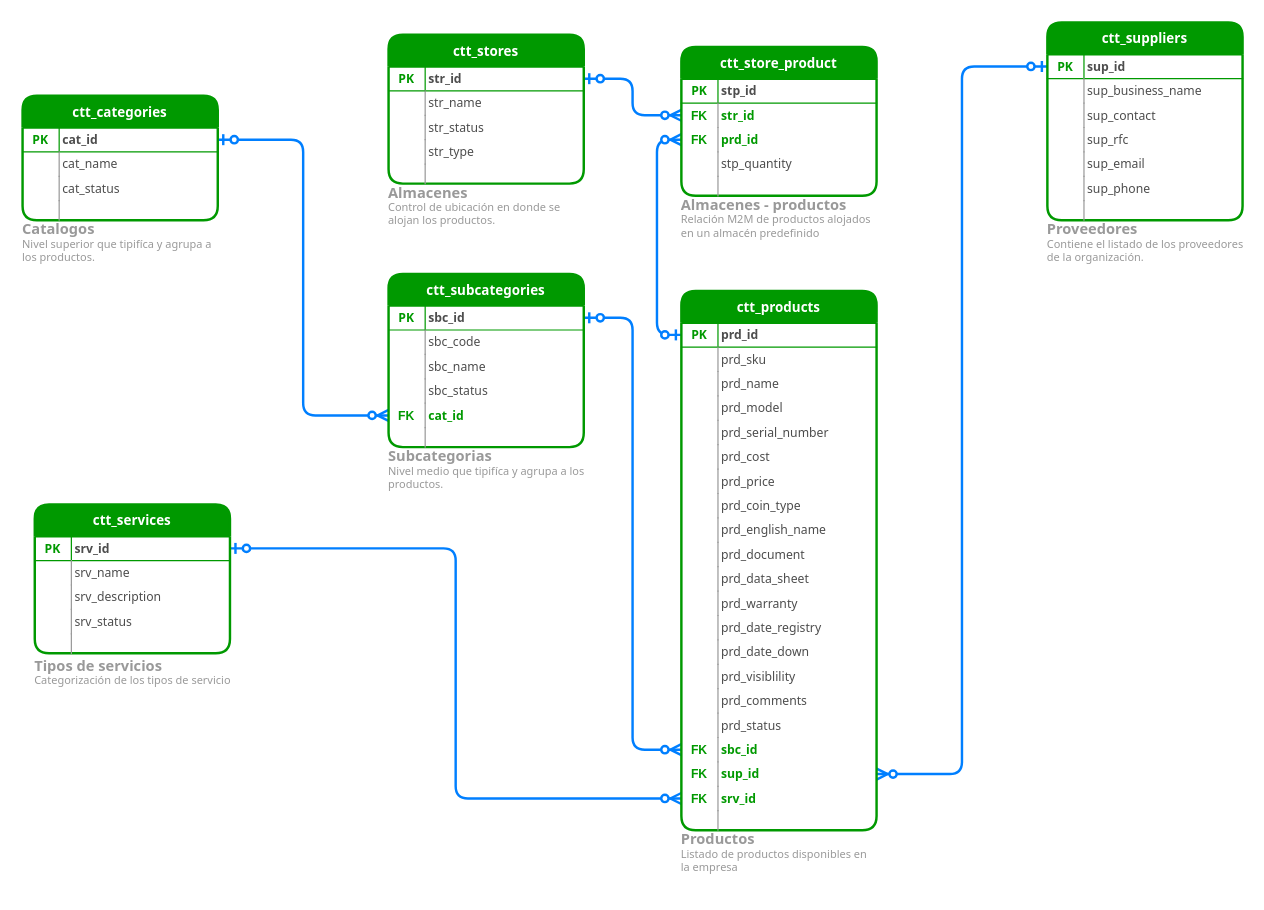
juarezjorr/TesteoCire keeps this draw.io diagram as page "Página-2" (2 of 2) of _desarrollo/archivos_info/CTTRentals entidad relacion.drawio. Above is the earlier version. Source tidied: cells renumbered, new cells numbered last; positions are measured from the earlier drawing's top-left corner, leaving out a move shared by most shapes. Both pictures are drawn from the tidied source at 122%, with x=0, y=0 at pixel (22, 22).
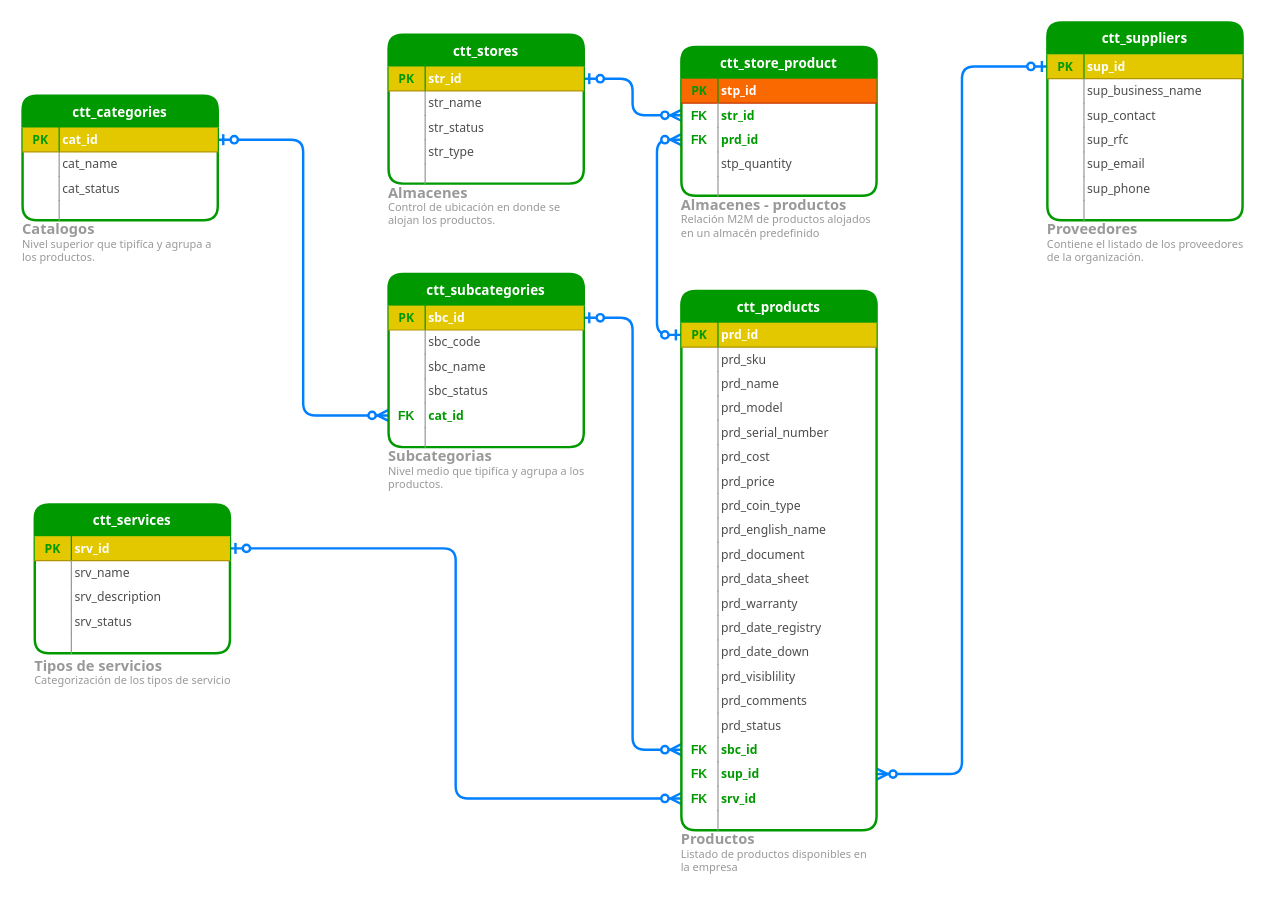
After the change.

Commit message:
Avance Productos

The change refers to these unchanged cells:
```xml
<mxCell id="9" value="ctt_subcategories" style="swimlane;fontStyle=1;horizontal=1;startSize=26;swimlaneFillColor=#ffffff;align=center;fontSize=11;strokeWidth=2;rounded=1;fontColor=#FFFFFF;fontFamily=Tahoma;fillColor=#009900;strokeColor=#009900;" parent="8" vertex="1">
  <mxGeometry width="160" height="142" as="geometry" />
</mxCell>
<mxCell id="24" value="ctt_services" style="swimlane;fontStyle=1;horizontal=1;startSize=26;swimlaneFillColor=#ffffff;align=center;fontSize=11;strokeWidth=2;rounded=1;fontColor=#FFFFFF;fontFamily=Tahoma;fillColor=#009900;strokeColor=#009900;" parent="23" vertex="1">
  <mxGeometry width="160" height="122" as="geometry" />
</mxCell>
<mxCell id="37" value="ctt_categories" style="swimlane;fontStyle=1;horizontal=1;startSize=26;swimlaneFillColor=#ffffff;align=center;fontSize=11;strokeWidth=2;rounded=1;fontColor=#FFFFFF;fontFamily=Tahoma;fillColor=#009900;strokeColor=#009900;" parent="36" vertex="1">
  <mxGeometry width="160" height="102" as="geometry" />
</mxCell>
<mxCell id="48" value="ctt_stores" style="swimlane;fontStyle=1;horizontal=1;startSize=26;swimlaneFillColor=#ffffff;align=center;fontSize=11;strokeWidth=2;rounded=1;fontColor=#FFFFFF;fontFamily=Tahoma;fillColor=#009900;strokeColor=#009900;" parent="47" vertex="1">
  <mxGeometry width="160" height="122" as="geometry" />
</mxCell>
<mxCell id="61" value="ctt_suppliers" style="swimlane;fontStyle=1;horizontal=1;startSize=26;swimlaneFillColor=#ffffff;align=center;fontSize=11;strokeWidth=2;rounded=1;fontColor=#FFFFFF;fontFamily=Tahoma;fillColor=#009900;strokeColor=#009900;" parent="60" vertex="1">
  <mxGeometry width="160" height="162" as="geometry" />
</mxCell>
<mxCell id="78" value="ctt_store_product" style="swimlane;fontStyle=1;horizontal=1;startSize=26;swimlaneFillColor=#ffffff;align=center;fontSize=11;strokeWidth=2;rounded=1;fontColor=#FFFFFF;fontFamily=Tahoma;fillColor=#009900;strokeColor=#009900;" parent="77" vertex="1">
  <mxGeometry width="160" height="122" as="geometry" />
</mxCell>
<mxCell id="91" value="ctt_products" style="swimlane;fontStyle=1;horizontal=1;startSize=26;swimlaneFillColor=#ffffff;align=center;fontSize=11;strokeWidth=2;rounded=1;fontColor=#FFFFFF;fontFamily=Tahoma;fillColor=#009900;strokeColor=#009900;" parent="90" vertex="1">
  <mxGeometry width="160" height="442" as="geometry" />
</mxCell>
```

What changed in the source:
```diff
@@
-    <mxCell id="10" value="sbc_id" style="shape=partialRectangle;top=0;left=0;right=0;bottom=1;align=left;verticalAlign=middle;fillColor=none;spacingLeft=33;spacingRight=0;overflow=hidden;points=[[0,0.5],[1,0.5]];portConstraint=eastwest;fontStyle=1;fontSize=10;fontFamily=Tahoma;strokeColor=#009900;spacing=0;fontColor=#4D4D4D;" parent="9" vertex="1">
+    <mxCell id="10" value="sbc_id" style="shape=partialRectangle;top=0;left=0;right=0;bottom=1;align=left;verticalAlign=middle;fillColor=#e3c800;spacingLeft=33;spacingRight=0;overflow=hidden;points=[[0,0.5],[1,0.5]];portConstraint=eastwest;fontStyle=1;fontSize=10;fontFamily=Tahoma;strokeColor=#B09500;spacing=0;fontColor=#ffffff;" parent="9" vertex="1">
       <mxGeometry y="26" width="160" height="20" as="geometry" />
     </mxCell>
@@
-    <mxCell id="23" style="group;" parent="1" vertex="1">
+    <mxCell id="23" style="group;fontColor=#ffffff;" parent="1" vertex="1">
       <mxGeometry x="10" y="395" width="160" height="169" as="geometry" />
     </mxCell>
@@
-    <mxCell id="25" value="srv_id" style="shape=partialRectangle;top=0;left=0;right=0;bottom=1;align=left;verticalAlign=middle;fillColor=none;spacingLeft=33;spacingRight=0;overflow=hidden;points=[[0,0.5],[1,0.5]];portConstraint=eastwest;fontStyle=1;fontSize=10;fontFamily=Tahoma;strokeColor=#009900;spacing=0;fontColor=#4D4D4D;" parent="24" vertex="1">
+    <mxCell id="25" value="srv_id" style="shape=partialRectangle;top=0;left=0;right=0;bottom=1;align=left;verticalAlign=middle;fillColor=#e3c800;spacingLeft=33;spacingRight=0;overflow=hidden;points=[[0,0.5],[1,0.5]];portConstraint=eastwest;fontStyle=1;fontSize=10;fontFamily=Tahoma;strokeColor=#B09500;spacing=0;fontColor=#ffffff;" parent="24" vertex="1">
       <mxGeometry y="26" width="160" height="20" as="geometry" />
     </mxCell>
@@
-    <mxCell id="38" value="cat_id" style="shape=partialRectangle;top=0;left=0;right=0;bottom=1;align=left;verticalAlign=middle;fillColor=none;spacingLeft=33;spacingRight=0;overflow=hidden;points=[[0,0.5],[1,0.5]];portConstraint=eastwest;fontStyle=1;fontSize=10;fontFamily=Tahoma;strokeColor=#009900;spacing=0;fontColor=#4D4D4D;" parent="37" vertex="1">
+    <mxCell id="38" value="cat_id" style="shape=partialRectangle;top=0;left=0;right=0;bottom=1;align=left;verticalAlign=middle;fillColor=#e3c800;spacingLeft=33;spacingRight=0;overflow=hidden;points=[[0,0.5],[1,0.5]];portConstraint=eastwest;fontStyle=1;fontSize=10;fontFamily=Tahoma;strokeColor=#B09500;spacing=0;fontColor=#ffffff;" parent="37" vertex="1">
       <mxGeometry y="26" width="160" height="20" as="geometry" />
     </mxCell>
@@
-    <mxCell id="49" value="str_id" style="shape=partialRectangle;top=0;left=0;right=0;bottom=1;align=left;verticalAlign=middle;fillColor=none;spacingLeft=33;spacingRight=0;overflow=hidden;points=[[0,0.5],[1,0.5]];portConstraint=eastwest;fontStyle=1;fontSize=10;fontFamily=Tahoma;strokeColor=#009900;spacing=0;fontColor=#4D4D4D;" parent="48" vertex="1">
+    <mxCell id="49" value="str_id" style="shape=partialRectangle;top=0;left=0;right=0;bottom=1;align=left;verticalAlign=middle;fillColor=#e3c800;spacingLeft=33;spacingRight=0;overflow=hidden;points=[[0,0.5],[1,0.5]];portConstraint=eastwest;fontStyle=1;fontSize=10;fontFamily=Tahoma;strokeColor=#B09500;spacing=0;fontColor=#ffffff;" parent="48" vertex="1">
       <mxGeometry y="26" width="160" height="20" as="geometry" />
     </mxCell>
@@
-    <mxCell id="62" value="sup_id" style="shape=partialRectangle;top=0;left=0;right=0;bottom=1;align=left;verticalAlign=middle;fillColor=none;spacingLeft=33;spacingRight=0;overflow=hidden;points=[[0,0.5],[1,0.5]];portConstraint=eastwest;fontStyle=1;fontSize=10;fontFamily=Tahoma;strokeColor=#009900;spacing=0;fontColor=#4D4D4D;" parent="61" vertex="1">
+    <mxCell id="62" value="sup_id" style="shape=partialRectangle;top=0;left=0;right=0;bottom=1;align=left;verticalAlign=middle;fillColor=#e3c800;spacingLeft=33;spacingRight=0;overflow=hidden;points=[[0,0.5],[1,0.5]];portConstraint=eastwest;fontStyle=1;fontSize=10;fontFamily=Tahoma;strokeColor=#B09500;spacing=0;fontColor=#ffffff;" parent="61" vertex="1">
       <mxGeometry y="26" width="160" height="20" as="geometry" />
     </mxCell>
@@
-    <mxCell id="79" value="stp_id" style="shape=partialRectangle;top=0;left=0;right=0;bottom=1;align=left;verticalAlign=middle;fillColor=none;spacingLeft=33;spacingRight=0;overflow=hidden;fontStyle=1;fontSize=10;fontFamily=Tahoma;strokeColor=#009900;spacing=0;fontColor=#4D4D4D;" parent="78" vertex="1">
+    <mxCell id="79" value="stp_id" style="shape=partialRectangle;top=0;left=0;right=0;bottom=1;align=left;verticalAlign=middle;fillColor=#fa6800;spacingLeft=33;spacingRight=0;overflow=hidden;fontStyle=1;fontSize=10;fontFamily=Tahoma;strokeColor=#C73500;spacing=0;fontColor=#ffffff;" parent="78" vertex="1">
       <mxGeometry y="26" width="160" height="20" as="geometry" />
     </mxCell>
@@
-    <mxCell id="92" value="prd_id" style="shape=partialRectangle;top=0;left=0;right=0;bottom=1;align=left;verticalAlign=middle;fillColor=none;spacingLeft=33;spacingRight=0;overflow=hidden;points=[[0,0.5],[1,0.5]];portConstraint=eastwest;fontStyle=1;fontSize=10;fontFamily=Tahoma;strokeColor=#009900;spacing=0;fontColor=#4D4D4D;" parent="91" vertex="1">
+    <mxCell id="92" value="prd_id" style="shape=partialRectangle;top=0;left=0;right=0;bottom=1;align=left;verticalAlign=middle;fillColor=#e3c800;spacingLeft=33;spacingRight=0;overflow=hidden;points=[[0,0.5],[1,0.5]];portConstraint=eastwest;fontStyle=1;fontSize=10;fontFamily=Tahoma;strokeColor=#B09500;spacing=0;fontColor=#ffffff;" parent="91" vertex="1">
       <mxGeometry y="26" width="160" height="20" as="geometry" />
     </mxCell>
```
